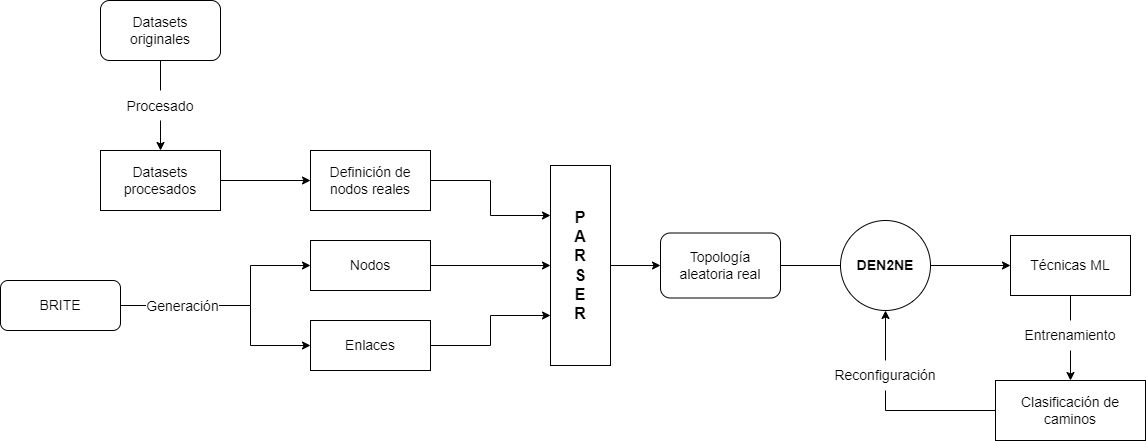
This is Memoria/img/intro/anteproyecto.drawio.png from PaulaBartolomeMora/TFM, a draw.io export, as it was before one commit. Source tidied: cells renumbered, new cells last; positions are measured from the earlier drawing's top-left corner, leaving out a move shared by most shapes. The source it was exported from:
```xml
<mxGraphModel>
  <root>
    <mxCell id="0" />
    <mxCell id="1" parent="0" />
    <mxCell id="2" style="edgeStyle=orthogonalEdgeStyle;rounded=0;jettySize=auto;html=1;exitX=0.5;exitY=1;exitDx=0;exitDy=0;fontSize=14;startArrow=none;" parent="1" edge="1" source="23" target="5">
      <mxGeometry relative="1" as="geometry" />
    </mxCell>
    <mxCell id="3" value="&lt;font style=&quot;font-size: 14px;&quot;&gt;Datasets originales&lt;/font&gt;" style="rounded=1;whiteSpace=wrap;html=1;" parent="1" vertex="1">
      <mxGeometry x="100" width="120" height="60" as="geometry" />
    </mxCell>
    <mxCell id="4" style="edgeStyle=orthogonalEdgeStyle;rounded=0;jettySize=auto;html=1;exitX=1;exitY=0.5;exitDx=0;exitDy=0;entryX=0;entryY=0.5;entryDx=0;entryDy=0;fontSize=14;" parent="1" edge="1" source="5" target="11">
      <mxGeometry relative="1" as="geometry" />
    </mxCell>
    <mxCell id="5" value="&lt;font style=&quot;font-size: 14px;&quot;&gt;Datasets procesados&lt;/font&gt;" style="rounded=0;whiteSpace=wrap;html=1;" parent="1" vertex="1">
      <mxGeometry x="100" y="150" width="120" height="60" as="geometry" />
    </mxCell>
    <mxCell id="6" style="edgeStyle=orthogonalEdgeStyle;rounded=0;jettySize=auto;html=1;exitX=1;exitY=0.5;exitDx=0;exitDy=0;entryX=0;entryY=0.5;entryDx=0;entryDy=0;fontSize=18;" parent="1" edge="1" source="9" target="13">
      <mxGeometry relative="1" as="geometry">
        <Array as="points">
          <mxPoint x="250" y="305" />
          <mxPoint x="250" y="265" />
        </Array>
      </mxGeometry>
    </mxCell>
    <mxCell id="7" style="edgeStyle=orthogonalEdgeStyle;rounded=0;jettySize=auto;html=1;exitX=1;exitY=0.5;exitDx=0;exitDy=0;entryX=0;entryY=0.5;entryDx=0;entryDy=0;fontSize=18;" parent="1" edge="1" source="9" target="15">
      <mxGeometry relative="1" as="geometry">
        <Array as="points">
          <mxPoint x="250" y="305" />
          <mxPoint x="250" y="345" />
        </Array>
      </mxGeometry>
    </mxCell>
    <mxCell id="8" value="Generación" style="edgeLabel;html=1;align=center;verticalAlign=middle;fontSize=14;" parent="7" vertex="1">
      <mxGeometry x="-0.39" y="3" relative="1" as="geometry">
        <mxPoint x="-9" y="3" as="offset" />
      </mxGeometry>
    </mxCell>
    <mxCell id="9" value="&lt;font style=&quot;font-size: 14px;&quot;&gt;BRITE&lt;/font&gt;" style="rounded=1;whiteSpace=wrap;html=1;" parent="1" vertex="1">
      <mxGeometry y="280" width="120" height="50" as="geometry" />
    </mxCell>
    <mxCell id="10" style="edgeStyle=orthogonalEdgeStyle;rounded=0;jettySize=auto;html=1;exitX=1;exitY=0.5;exitDx=0;exitDy=0;entryX=0;entryY=0.25;entryDx=0;entryDy=0;fontSize=14;" parent="1" edge="1" source="11" target="17">
      <mxGeometry relative="1" as="geometry" />
    </mxCell>
    <mxCell id="11" value="&lt;font style=&quot;font-size: 14px;&quot;&gt;Definición de nodos reales&lt;/font&gt;" style="rounded=0;whiteSpace=wrap;html=1;" parent="1" vertex="1">
      <mxGeometry x="310" y="150" width="120" height="60" as="geometry" />
    </mxCell>
    <mxCell id="12" style="edgeStyle=orthogonalEdgeStyle;rounded=0;jettySize=auto;html=1;exitX=1;exitY=0.5;exitDx=0;exitDy=0;entryX=0;entryY=0.5;entryDx=0;entryDy=0;fontSize=14;" parent="1" edge="1" source="13" target="17">
      <mxGeometry relative="1" as="geometry" />
    </mxCell>
    <mxCell id="13" value="&lt;font style=&quot;font-size: 14px;&quot;&gt;Nodos&lt;/font&gt;" style="rounded=0;whiteSpace=wrap;html=1;" parent="1" vertex="1">
      <mxGeometry x="310" y="240" width="120" height="50" as="geometry" />
    </mxCell>
    <mxCell id="14" style="edgeStyle=orthogonalEdgeStyle;rounded=0;jettySize=auto;html=1;exitX=1;exitY=0.5;exitDx=0;exitDy=0;entryX=0;entryY=0.75;entryDx=0;entryDy=0;fontSize=14;" parent="1" edge="1" source="15" target="17">
      <mxGeometry relative="1" as="geometry" />
    </mxCell>
    <mxCell id="15" value="&lt;font style=&quot;font-size: 14px;&quot;&gt;Enlaces&lt;/font&gt;" style="rounded=0;whiteSpace=wrap;html=1;" parent="1" vertex="1">
      <mxGeometry x="310" y="320" width="120" height="50" as="geometry" />
    </mxCell>
    <mxCell id="16" style="edgeStyle=orthogonalEdgeStyle;rounded=0;jettySize=auto;html=1;exitX=1;exitY=0.5;exitDx=0;exitDy=0;fontSize=14;" parent="1" edge="1" source="17" target="19">
      <mxGeometry relative="1" as="geometry" />
    </mxCell>
    <mxCell id="17" value="&lt;font style=&quot;font-size: 16px;&quot;&gt;&lt;b style=&quot;&quot;&gt;P&lt;br&gt;A&lt;br&gt;R&lt;br&gt;S&lt;br&gt;E&lt;br&gt;R&lt;/b&gt;&lt;/font&gt;" style="rounded=0;whiteSpace=wrap;html=1;" parent="1" vertex="1">
      <mxGeometry x="550" y="165" width="60" height="200" as="geometry" />
    </mxCell>
    <mxCell id="18" style="edgeStyle=orthogonalEdgeStyle;rounded=0;jettySize=auto;html=1;exitX=1;exitY=0.5;exitDx=0;exitDy=0;entryX=0;entryY=0.5;entryDx=0;entryDy=0;fontSize=16;startArrow=none;" parent="1" edge="1" source="27" target="21">
      <mxGeometry relative="1" as="geometry" />
    </mxCell>
    <mxCell id="19" value="&lt;font style=&quot;font-size: 14px;&quot;&gt;Topología aleatoria real&lt;/font&gt;" style="rounded=1;whiteSpace=wrap;html=1;" parent="1" vertex="1">
      <mxGeometry x="660" y="232.5" width="120" height="65" as="geometry" />
    </mxCell>
    <mxCell id="20" style="edgeStyle=orthogonalEdgeStyle;rounded=0;jettySize=auto;html=1;exitX=0.5;exitY=1;exitDx=0;exitDy=0;entryX=0.5;entryY=0;entryDx=0;entryDy=0;fontSize=14;startArrow=none;" parent="1" edge="1" source="29" target="25">
      <mxGeometry relative="1" as="geometry" />
    </mxCell>
    <mxCell id="21" value="&lt;font style=&quot;font-size: 14px;&quot;&gt;Técnicas ML&lt;/font&gt;" style="rounded=0;whiteSpace=wrap;html=1;" parent="1" vertex="1">
      <mxGeometry x="1010" y="235" width="120" height="60" as="geometry" />
    </mxCell>
    <mxCell id="22" style="edgeStyle=orthogonalEdgeStyle;rounded=0;jettySize=auto;html=1;exitX=0.5;exitY=1;exitDx=0;exitDy=0;fontSize=14;endArrow=none;" parent="1" edge="1" source="3">
      <mxGeometry relative="1" as="geometry">
        <mxPoint x="160" y="89.9" as="targetPoint" />
      </mxGeometry>
    </mxCell>
    <mxCell id="23" value="&lt;font style=&quot;font-size: 14px;&quot;&gt;Procesado&lt;/font&gt;" style="text;html=1;strokeColor=none;fillColor=none;align=center;verticalAlign=middle;whiteSpace=wrap;rounded=0;fontSize=16;" parent="1" vertex="1">
      <mxGeometry x="130" y="90" width="60" height="30" as="geometry" />
    </mxCell>
    <mxCell id="24" style="edgeStyle=orthogonalEdgeStyle;rounded=0;jettySize=auto;html=1;entryX=0.5;entryY=1;entryDx=0;entryDy=0;fontSize=14;startArrow=none;exitX=0.5;exitY=0;exitDx=0;exitDy=0;" parent="1" edge="1" source="31" target="27">
      <mxGeometry relative="1" as="geometry" />
    </mxCell>
    <mxCell id="25" value="&lt;font style=&quot;font-size: 14px;&quot;&gt;Clasificación de caminos&lt;/font&gt;" style="rounded=0;whiteSpace=wrap;html=1;" parent="1" vertex="1">
      <mxGeometry x="995" y="380" width="150" height="60" as="geometry" />
    </mxCell>
    <mxCell id="26" style="edgeStyle=orthogonalEdgeStyle;rounded=0;jettySize=auto;html=1;exitX=1;exitY=0.5;exitDx=0;exitDy=0;entryX=0;entryY=0.5;entryDx=0;entryDy=0;fontSize=16;endArrow=none;" parent="1" edge="1" source="19" target="27">
      <mxGeometry relative="1" as="geometry" />
    </mxCell>
    <mxCell id="27" value="&lt;b&gt;DEN2NE&lt;/b&gt;" style="ellipse;whiteSpace=wrap;html=1;fontSize=14;" parent="1" vertex="1">
      <mxGeometry x="840" y="220" width="90" height="90" as="geometry" />
    </mxCell>
    <mxCell id="28" style="edgeStyle=orthogonalEdgeStyle;rounded=0;jettySize=auto;html=1;exitX=0.5;exitY=1;exitDx=0;exitDy=0;entryX=0.5;entryY=0;entryDx=0;entryDy=0;fontSize=14;endArrow=none;" parent="1" edge="1" source="21" target="29">
      <mxGeometry relative="1" as="geometry" />
    </mxCell>
    <mxCell id="29" value="Entrenamiento" style="text;html=1;strokeColor=none;fillColor=none;align=center;verticalAlign=middle;whiteSpace=wrap;rounded=0;fontSize=14;" parent="1" vertex="1">
      <mxGeometry x="1040" y="320" width="60" height="30" as="geometry" />
    </mxCell>
    <mxCell id="30" style="edgeStyle=orthogonalEdgeStyle;rounded=0;jettySize=auto;html=1;exitX=0;exitY=0.5;exitDx=0;exitDy=0;entryX=0.5;entryY=1;entryDx=0;entryDy=0;fontSize=14;endArrow=none;" parent="1" edge="1" source="25" target="31">
      <mxGeometry relative="1" as="geometry" />
    </mxCell>
    <mxCell id="31" value="Reconfiguración" style="text;html=1;strokeColor=none;fillColor=none;align=center;verticalAlign=middle;whiteSpace=wrap;rounded=0;fontSize=14;" parent="1" vertex="1">
      <mxGeometry x="855" y="360" width="60" height="30" as="geometry" />
    </mxCell>
  </root>
</mxGraphModel>
```
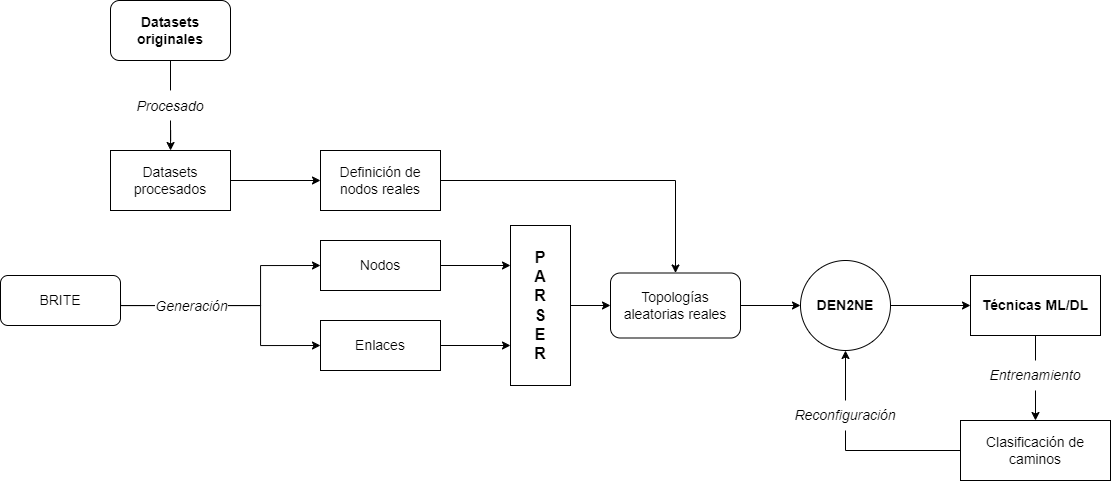
The same diagram one commit later.

Diff of the diagram source:
```diff
@@ -5,106 +5,106 @@
     <mxCell id="2" style="edgeStyle=orthogonalEdgeStyle;rounded=0;jettySize=auto;html=1;exitX=0.5;exitY=1;exitDx=0;exitDy=0;fontSize=14;startArrow=none;" parent="1" edge="1" source="23" target="5">
       <mxGeometry relative="1" as="geometry" />
     </mxCell>
-    <mxCell id="3" value="&lt;font style=&quot;font-size: 14px;&quot;&gt;Datasets originales&lt;/font&gt;" style="rounded=1;whiteSpace=wrap;html=1;" parent="1" vertex="1">
-      <mxGeometry x="100" width="120" height="60" as="geometry" />
+    <mxCell id="3" value="&lt;font style=&quot;font-size: 14px;&quot;&gt;&lt;b&gt;Datasets originales&lt;/b&gt;&lt;/font&gt;" style="rounded=1;whiteSpace=wrap;html=1;" parent="1" vertex="1">
+      <mxGeometry x="120" width="120" height="60" as="geometry" />
     </mxCell>
     <mxCell id="4" style="edgeStyle=orthogonalEdgeStyle;rounded=0;jettySize=auto;html=1;exitX=1;exitY=0.5;exitDx=0;exitDy=0;entryX=0;entryY=0.5;entryDx=0;entryDy=0;fontSize=14;" parent="1" edge="1" source="5" target="11">
       <mxGeometry relative="1" as="geometry" />
     </mxCell>
     <mxCell id="5" value="&lt;font style=&quot;font-size: 14px;&quot;&gt;Datasets procesados&lt;/font&gt;" style="rounded=0;whiteSpace=wrap;html=1;" parent="1" vertex="1">
-      <mxGeometry x="100" y="150" width="120" height="60" as="geometry" />
+      <mxGeometry x="120" y="150" width="120" height="60" as="geometry" />
     </mxCell>
     <mxCell id="6" style="edgeStyle=orthogonalEdgeStyle;rounded=0;jettySize=auto;html=1;exitX=1;exitY=0.5;exitDx=0;exitDy=0;entryX=0;entryY=0.5;entryDx=0;entryDy=0;fontSize=18;" parent="1" edge="1" source="9" target="13">
       <mxGeometry relative="1" as="geometry">
         <Array as="points">
-          <mxPoint x="250" y="305" />
-          <mxPoint x="250" y="265" />
+          <mxPoint x="270" y="305" />
+          <mxPoint x="270" y="265" />
         </Array>
       </mxGeometry>
     </mxCell>
     <mxCell id="7" style="edgeStyle=orthogonalEdgeStyle;rounded=0;jettySize=auto;html=1;exitX=1;exitY=0.5;exitDx=0;exitDy=0;entryX=0;entryY=0.5;entryDx=0;entryDy=0;fontSize=18;" parent="1" edge="1" source="9" target="15">
       <mxGeometry relative="1" as="geometry">
         <Array as="points">
-          <mxPoint x="250" y="305" />
-          <mxPoint x="250" y="345" />
+          <mxPoint x="270" y="305" />
+          <mxPoint x="270" y="345" />
         </Array>
       </mxGeometry>
     </mxCell>
-    <mxCell id="8" value="Generación" style="edgeLabel;html=1;align=center;verticalAlign=middle;fontSize=14;" parent="7" vertex="1">
+    <mxCell id="8" value="&lt;i&gt;Generación&lt;/i&gt;" style="edgeLabel;html=1;align=center;verticalAlign=middle;fontSize=14;" parent="7" vertex="1">
       <mxGeometry x="-0.39" y="3" relative="1" as="geometry">
-        <mxPoint x="-9" y="3" as="offset" />
+        <mxPoint x="1" y="3" as="offset" />
       </mxGeometry>
     </mxCell>
     <mxCell id="9" value="&lt;font style=&quot;font-size: 14px;&quot;&gt;BRITE&lt;/font&gt;" style="rounded=1;whiteSpace=wrap;html=1;" parent="1" vertex="1">
-      <mxGeometry y="280" width="120" height="50" as="geometry" />
+      <mxGeometry x="10" y="275" width="120" height="50" as="geometry" />
     </mxCell>
-    <mxCell id="10" style="edgeStyle=orthogonalEdgeStyle;rounded=0;jettySize=auto;html=1;exitX=1;exitY=0.5;exitDx=0;exitDy=0;entryX=0;entryY=0.25;entryDx=0;entryDy=0;fontSize=14;" parent="1" edge="1" source="11" target="17">
-      <mxGeometry relative="1" as="geometry" />
-    </mxCell>
+    <mxCell id="32" style="edgeStyle=orthogonalEdgeStyle;rounded=0;jettySize=auto;html=1;exitX=1;exitY=0.5;exitDx=0;exitDy=0;entryX=0.5;entryY=0;entryDx=0;entryDy=0;" parent="1" edge="1" source="11" target="19">
+      <mxGeometry relative="1" as="geometry" />
+    </mxCell>
     <mxCell id="11" value="&lt;font style=&quot;font-size: 14px;&quot;&gt;Definición de nodos reales&lt;/font&gt;" style="rounded=0;whiteSpace=wrap;html=1;" parent="1" vertex="1">
-      <mxGeometry x="310" y="150" width="120" height="60" as="geometry" />
+      <mxGeometry x="330" y="150" width="120" height="60" as="geometry" />
     </mxCell>
-    <mxCell id="12" style="edgeStyle=orthogonalEdgeStyle;rounded=0;jettySize=auto;html=1;exitX=1;exitY=0.5;exitDx=0;exitDy=0;entryX=0;entryY=0.5;entryDx=0;entryDy=0;fontSize=14;" parent="1" edge="1" source="13" target="17">
+    <mxCell id="12" style="edgeStyle=orthogonalEdgeStyle;rounded=0;jettySize=auto;html=1;exitX=1;exitY=0.5;exitDx=0;exitDy=0;entryX=0;entryY=0.25;entryDx=0;entryDy=0;" parent="1" edge="1" source="13" target="17">
       <mxGeometry relative="1" as="geometry" />
     </mxCell>
     <mxCell id="13" value="&lt;font style=&quot;font-size: 14px;&quot;&gt;Nodos&lt;/font&gt;" style="rounded=0;whiteSpace=wrap;html=1;" parent="1" vertex="1">
-      <mxGeometry x="310" y="240" width="120" height="50" as="geometry" />
+      <mxGeometry x="330" y="240" width="120" height="50" as="geometry" />
     </mxCell>
-    <mxCell id="14" style="edgeStyle=orthogonalEdgeStyle;rounded=0;jettySize=auto;html=1;exitX=1;exitY=0.5;exitDx=0;exitDy=0;entryX=0;entryY=0.75;entryDx=0;entryDy=0;fontSize=14;" parent="1" edge="1" source="15" target="17">
+    <mxCell id="14" style="edgeStyle=orthogonalEdgeStyle;rounded=0;jettySize=auto;html=1;exitX=1;exitY=0.5;exitDx=0;exitDy=0;entryX=0;entryY=0.75;entryDx=0;entryDy=0;" parent="1" edge="1" source="15" target="17">
       <mxGeometry relative="1" as="geometry" />
     </mxCell>
     <mxCell id="15" value="&lt;font style=&quot;font-size: 14px;&quot;&gt;Enlaces&lt;/font&gt;" style="rounded=0;whiteSpace=wrap;html=1;" parent="1" vertex="1">
-      <mxGeometry x="310" y="320" width="120" height="50" as="geometry" />
+      <mxGeometry x="330" y="320" width="120" height="50" as="geometry" />
     </mxCell>
     <mxCell id="16" style="edgeStyle=orthogonalEdgeStyle;rounded=0;jettySize=auto;html=1;exitX=1;exitY=0.5;exitDx=0;exitDy=0;fontSize=14;" parent="1" edge="1" source="17" target="19">
       <mxGeometry relative="1" as="geometry" />
     </mxCell>
     <mxCell id="17" value="&lt;font style=&quot;font-size: 16px;&quot;&gt;&lt;b style=&quot;&quot;&gt;P&lt;br&gt;A&lt;br&gt;R&lt;br&gt;S&lt;br&gt;E&lt;br&gt;R&lt;/b&gt;&lt;/font&gt;" style="rounded=0;whiteSpace=wrap;html=1;" parent="1" vertex="1">
-      <mxGeometry x="550" y="165" width="60" height="200" as="geometry" />
+      <mxGeometry x="520" y="225" width="60" height="160" as="geometry" />
     </mxCell>
     <mxCell id="18" style="edgeStyle=orthogonalEdgeStyle;rounded=0;jettySize=auto;html=1;exitX=1;exitY=0.5;exitDx=0;exitDy=0;entryX=0;entryY=0.5;entryDx=0;entryDy=0;fontSize=16;startArrow=none;" parent="1" edge="1" source="27" target="21">
       <mxGeometry relative="1" as="geometry" />
     </mxCell>
+    <mxCell id="26" style="edgeStyle=orthogonalEdgeStyle;rounded=0;jettySize=auto;html=1;exitX=1;exitY=0.5;exitDx=0;exitDy=0;entryX=0;entryY=0.5;entryDx=0;entryDy=0;" parent="1" edge="1" source="19" target="27">
+      <mxGeometry relative="1" as="geometry" />
+    </mxCell>
-    <mxCell id="19" value="&lt;font style=&quot;font-size: 14px;&quot;&gt;Topología aleatoria real&lt;/font&gt;" style="rounded=1;whiteSpace=wrap;html=1;" parent="1" vertex="1">
-      <mxGeometry x="660" y="232.5" width="120" height="65" as="geometry" />
+    <mxCell id="19" value="&lt;font style=&quot;font-size: 14px;&quot;&gt;Topologías aleatorias reales&lt;/font&gt;" style="rounded=1;whiteSpace=wrap;html=1;" parent="1" vertex="1">
+      <mxGeometry x="620" y="272.5" width="130" height="65" as="geometry" />
     </mxCell>
     <mxCell id="20" style="edgeStyle=orthogonalEdgeStyle;rounded=0;jettySize=auto;html=1;exitX=0.5;exitY=1;exitDx=0;exitDy=0;entryX=0.5;entryY=0;entryDx=0;entryDy=0;fontSize=14;startArrow=none;" parent="1" edge="1" source="29" target="25">
       <mxGeometry relative="1" as="geometry" />
     </mxCell>
-    <mxCell id="21" value="&lt;font style=&quot;font-size: 14px;&quot;&gt;Técnicas ML&lt;/font&gt;" style="rounded=0;whiteSpace=wrap;html=1;" parent="1" vertex="1">
-      <mxGeometry x="1010" y="235" width="120" height="60" as="geometry" />
+    <mxCell id="21" value="&lt;font style=&quot;font-size: 14px;&quot;&gt;&lt;b&gt;Técnicas ML/DL&lt;/b&gt;&lt;/font&gt;" style="rounded=0;whiteSpace=wrap;html=1;" parent="1" vertex="1">
+      <mxGeometry x="980" y="275" width="130" height="60" as="geometry" />
     </mxCell>
     <mxCell id="22" style="edgeStyle=orthogonalEdgeStyle;rounded=0;jettySize=auto;html=1;exitX=0.5;exitY=1;exitDx=0;exitDy=0;fontSize=14;endArrow=none;" parent="1" edge="1" source="3">
       <mxGeometry relative="1" as="geometry">
-        <mxPoint x="160" y="89.9" as="targetPoint" />
+        <mxPoint x="180" y="89.9" as="targetPoint" />
       </mxGeometry>
     </mxCell>
-    <mxCell id="23" value="&lt;font style=&quot;font-size: 14px;&quot;&gt;Procesado&lt;/font&gt;" style="text;html=1;strokeColor=none;fillColor=none;align=center;verticalAlign=middle;whiteSpace=wrap;rounded=0;fontSize=16;" parent="1" vertex="1">
-      <mxGeometry x="130" y="90" width="60" height="30" as="geometry" />
+    <mxCell id="23" value="&lt;font style=&quot;font-size: 14px;&quot;&gt;&lt;i&gt;Procesado&lt;/i&gt;&lt;/font&gt;" style="text;html=1;strokeColor=none;fillColor=none;align=center;verticalAlign=middle;whiteSpace=wrap;rounded=0;fontSize=16;" parent="1" vertex="1">
+      <mxGeometry x="150" y="90" width="60" height="30" as="geometry" />
     </mxCell>
     <mxCell id="24" style="edgeStyle=orthogonalEdgeStyle;rounded=0;jettySize=auto;html=1;entryX=0.5;entryY=1;entryDx=0;entryDy=0;fontSize=14;startArrow=none;exitX=0.5;exitY=0;exitDx=0;exitDy=0;" parent="1" edge="1" source="31" target="27">
       <mxGeometry relative="1" as="geometry" />
     </mxCell>
     <mxCell id="25" value="&lt;font style=&quot;font-size: 14px;&quot;&gt;Clasificación de caminos&lt;/font&gt;" style="rounded=0;whiteSpace=wrap;html=1;" parent="1" vertex="1">
-      <mxGeometry x="995" y="380" width="150" height="60" as="geometry" />
+      <mxGeometry x="970" y="420" width="150" height="60" as="geometry" />
     </mxCell>
-    <mxCell id="26" style="edgeStyle=orthogonalEdgeStyle;rounded=0;jettySize=auto;html=1;exitX=1;exitY=0.5;exitDx=0;exitDy=0;entryX=0;entryY=0.5;entryDx=0;entryDy=0;fontSize=16;endArrow=none;" parent="1" edge="1" source="19" target="27">
-      <mxGeometry relative="1" as="geometry" />
-    </mxCell>
     <mxCell id="27" value="&lt;b&gt;DEN2NE&lt;/b&gt;" style="ellipse;whiteSpace=wrap;html=1;fontSize=14;" parent="1" vertex="1">
-      <mxGeometry x="840" y="220" width="90" height="90" as="geometry" />
+      <mxGeometry x="810" y="260" width="90" height="90" as="geometry" />
     </mxCell>
     <mxCell id="28" style="edgeStyle=orthogonalEdgeStyle;rounded=0;jettySize=auto;html=1;exitX=0.5;exitY=1;exitDx=0;exitDy=0;entryX=0.5;entryY=0;entryDx=0;entryDy=0;fontSize=14;endArrow=none;" parent="1" edge="1" source="21" target="29">
       <mxGeometry relative="1" as="geometry" />
     </mxCell>
-    <mxCell id="29" value="Entrenamiento" style="text;html=1;strokeColor=none;fillColor=none;align=center;verticalAlign=middle;whiteSpace=wrap;rounded=0;fontSize=14;" parent="1" vertex="1">
-      <mxGeometry x="1040" y="320" width="60" height="30" as="geometry" />
+    <mxCell id="29" value="&lt;i&gt;Entrenamiento&lt;/i&gt;" style="text;html=1;strokeColor=none;fillColor=none;align=center;verticalAlign=middle;whiteSpace=wrap;rounded=0;fontSize=14;" parent="1" vertex="1">
+      <mxGeometry x="1015" y="360" width="60" height="30" as="geometry" />
     </mxCell>
     <mxCell id="30" style="edgeStyle=orthogonalEdgeStyle;rounded=0;jettySize=auto;html=1;exitX=0;exitY=0.5;exitDx=0;exitDy=0;entryX=0.5;entryY=1;entryDx=0;entryDy=0;fontSize=14;endArrow=none;" parent="1" edge="1" source="25" target="31">
       <mxGeometry relative="1" as="geometry" />
     </mxCell>
-    <mxCell id="31" value="Reconfiguración" style="text;html=1;strokeColor=none;fillColor=none;align=center;verticalAlign=middle;whiteSpace=wrap;rounded=0;fontSize=14;" parent="1" vertex="1">
-      <mxGeometry x="855" y="360" width="60" height="30" as="geometry" />
+    <mxCell id="31" value="&lt;i&gt;Reconfiguración&lt;/i&gt;" style="text;html=1;strokeColor=none;fillColor=none;align=center;verticalAlign=middle;whiteSpace=wrap;rounded=0;fontSize=14;" parent="1" vertex="1">
+      <mxGeometry x="825" y="400" width="60" height="30" as="geometry" />
     </mxCell>
   </root>
 </mxGraphModel>
```
